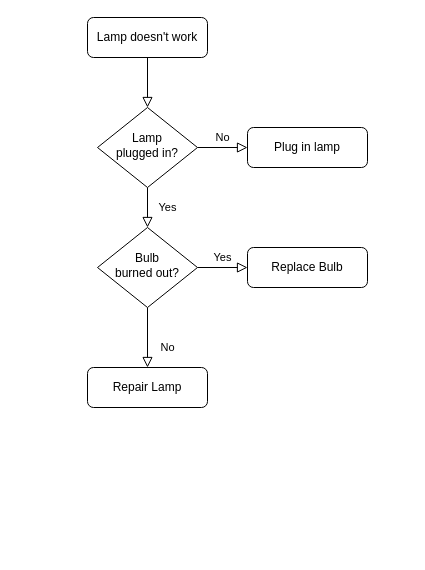
Before: 제목 없는 다이어그램.drawio in eun2chd/nodejsPr, a draw.io diagram. Source tidied: cells renumbered, new cells numbered last; positions are measured from the earlier drawing's top-left corner, leaving out a move shared by most shapes. Both pictures are drawn from the tidied source at 100%, with x=0, y=0 at pixel (87, 17).
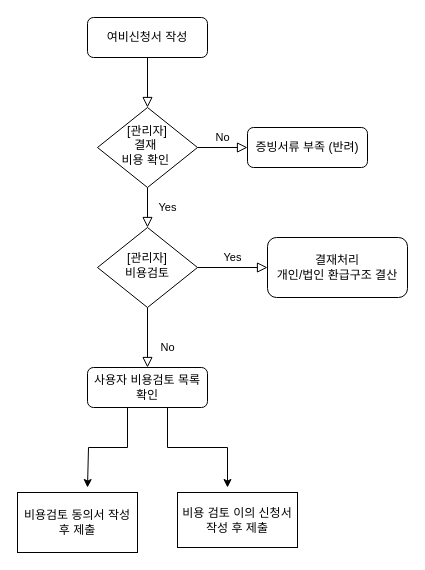
After the change.

Commit message:
제목 없는 다이어그램.drawio 업데이트

What changed in the source:
```diff
@@
-    <mxCell id="3" value="Lamp doesn't work" style="rounded=1;whiteSpace=wrap;html=1;fontSize=12;glass=0;strokeWidth=1;shadow=0;" parent="1" vertex="1">
+    <mxCell id="3" value="여비신청서 작성" style="rounded=1;whiteSpace=wrap;html=1;fontSize=12;glass=0;strokeWidth=1;shadow=0;" parent="1" vertex="1">
       <mxGeometry width="120" height="40" as="geometry" />
     </mxCell>
@@
-    <mxCell id="6" value="Lamp&lt;br&gt;plugged in?" style="rhombus;whiteSpace=wrap;html=1;shadow=0;fontFamily=Helvetica;fontSize=12;align=center;strokeWidth=1;spacing=6;spacingTop=-4;" parent="1" vertex="1">
+    <mxCell id="6" value="&lt;div&gt;[관리자]&lt;/div&gt;결재&amp;nbsp;&lt;div&gt;비용 확인&amp;nbsp;&lt;/div&gt;" style="rhombus;whiteSpace=wrap;html=1;shadow=0;fontFamily=Helvetica;fontSize=12;align=center;strokeWidth=1;spacing=6;spacingTop=-4;" parent="1" vertex="1">
       <mxGeometry x="10" y="90" width="100" height="80" as="geometry" />
     </mxCell>
-    <mxCell id="7" value="Plug in lamp" style="rounded=1;whiteSpace=wrap;html=1;fontSize=12;glass=0;strokeWidth=1;shadow=0;" parent="1" vertex="1">
+    <mxCell id="7" value="증빙서류 부족 (반려)" style="rounded=1;whiteSpace=wrap;html=1;fontSize=12;glass=0;strokeWidth=1;shadow=0;" parent="1" vertex="1">
       <mxGeometry x="160" y="110" width="120" height="40" as="geometry" />
     </mxCell>
@@
-    <mxCell id="10" value="Bulb&lt;br&gt;burned out?" style="rhombus;whiteSpace=wrap;html=1;shadow=0;fontFamily=Helvetica;fontSize=12;align=center;strokeWidth=1;spacing=6;spacingTop=-4;" parent="1" vertex="1">
+    <mxCell id="10" value="&lt;div&gt;[관리자]&lt;/div&gt;비용검토" style="rhombus;whiteSpace=wrap;html=1;shadow=0;fontFamily=Helvetica;fontSize=12;align=center;strokeWidth=1;spacing=6;spacingTop=-4;" parent="1" vertex="1">
       <mxGeometry x="10" y="210" width="100" height="80" as="geometry" />
     </mxCell>
+    <mxCell id="13" style="edgeStyle=orthogonalEdgeStyle;rounded=0;orthogonalLoop=1;jettySize=auto;html=1;" parent="1" edge="1">
+      <mxGeometry relative="1" as="geometry">
+        <mxPoint x="40" y="390" as="sourcePoint" />
+        <mxPoint y="470" as="targetPoint" />
+        <Array as="points">
+          <mxPoint x="40" y="430" />
+          <mxPoint x="1" y="430" />
+        </Array>
+      </mxGeometry>
+    </mxCell>
+    <mxCell id="14" style="edgeStyle=orthogonalEdgeStyle;rounded=0;orthogonalLoop=1;jettySize=auto;html=1;" parent="1" edge="1">
+      <mxGeometry relative="1" as="geometry">
+        <mxPoint x="80" y="390" as="sourcePoint" />
+        <mxPoint x="140" y="470" as="targetPoint" />
+        <Array as="points">
+          <mxPoint x="80" y="430" />
+          <mxPoint x="140" y="430" />
+        </Array>
+      </mxGeometry>
+    </mxCell>
-    <mxCell id="11" value="Repair Lamp" style="rounded=1;whiteSpace=wrap;html=1;fontSize=12;glass=0;strokeWidth=1;shadow=0;" parent="1" vertex="1">
+    <mxCell id="11" value="사용자 비용검토 목록 확인" style="rounded=1;whiteSpace=wrap;html=1;fontSize=12;glass=0;strokeWidth=1;shadow=0;" parent="1" vertex="1">
       <mxGeometry y="350" width="120" height="40" as="geometry" />
     </mxCell>
-    <mxCell id="12" value="Replace Bulb" style="rounded=1;whiteSpace=wrap;html=1;fontSize=12;glass=0;strokeWidth=1;shadow=0;" parent="1" vertex="1">
-      <mxGeometry x="160" y="230" width="120" height="40" as="geometry" />
+    <mxCell id="12" value="결재처리&lt;div&gt;개인/법인 환급구조 결산&lt;/div&gt;" style="rounded=1;whiteSpace=wrap;html=1;fontSize=12;glass=0;strokeWidth=1;shadow=0;" parent="1" vertex="1">
+      <mxGeometry x="180" y="220" width="140" height="60" as="geometry" />
     </mxCell>
+    <mxCell id="15" value="비용검토 동의서 작성 후 제출" style="rounded=0;whiteSpace=wrap;html=1;" parent="1" vertex="1">
+      <mxGeometry x="-70" y="475" width="120" height="60" as="geometry" />
+    </mxCell>
+    <mxCell id="16" value="비용 검토 이의 신청서 작성 후 제출" style="rounded=0;whiteSpace=wrap;html=1;" parent="1" vertex="1">
+      <mxGeometry x="90" y="475" width="120" height="55" as="geometry" />
+    </mxCell>
```
